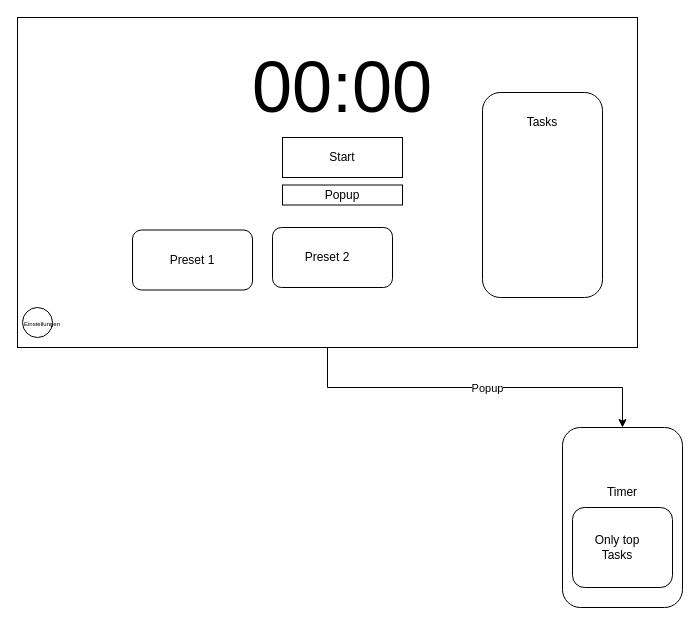
Above: docs/overview.drawio in moonlitmarigold/Promodorotimer (draw.io), before the change. Source tidied: cells renumbered, new cells numbered last; positions are measured from the earlier drawing's top-left corner, leaving out a move shared by most shapes. Both pictures are drawn from the tidied source at 100%, with x=0, y=0 at pixel (17, 17).
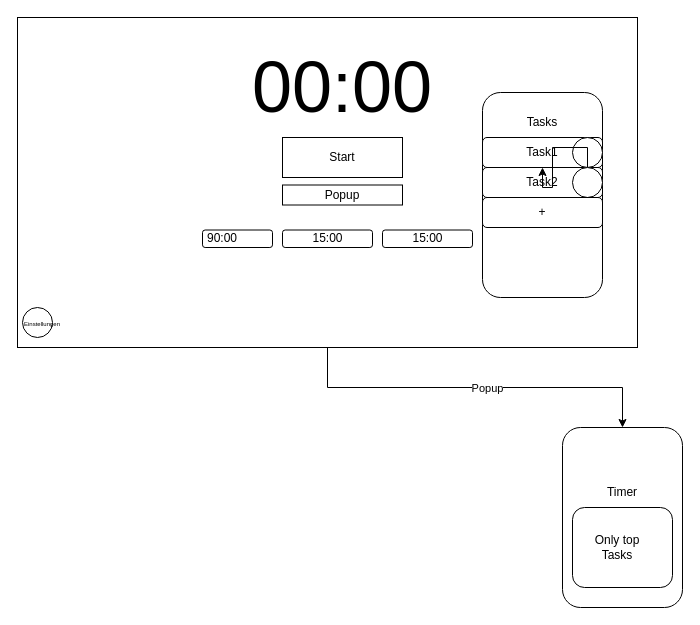
After the change.

Change to the diagram source:
```diff
@@
     <mxCell id="14" style="rounded=1;whiteSpace=wrap;html=1;" parent="1" vertex="1">
-      <mxGeometry x="115" y="212.5" width="120" height="60" as="geometry" />
+      <mxGeometry x="185" y="212.5" width="70" height="17.5" as="geometry" />
     </mxCell>
-    <mxCell id="15" value="Preset 1" style="text;html=1;strokeColor=none;fillColor=none;align=center;verticalAlign=middle;whiteSpace=wrap;rounded=0;" parent="1" vertex="1">
-      <mxGeometry x="145" y="227.5" width="60" height="30" as="geometry" />
+    <mxCell id="15" value="90:00" style="text;html=1;strokeColor=none;fillColor=none;align=center;verticalAlign=middle;whiteSpace=wrap;rounded=0;" parent="1" vertex="1">
+      <mxGeometry x="175" y="206.2" width="60" height="30" as="geometry" />
     </mxCell>
     <mxCell id="16" style="rounded=1;whiteSpace=wrap;html=1;" parent="1" vertex="1">
-      <mxGeometry x="255" y="210" width="120" height="60" as="geometry" />
+      <mxGeometry x="265" y="212.5" width="90" height="17.5" as="geometry" />
     </mxCell>
-    <mxCell id="17" value="Preset 2" style="text;html=1;strokeColor=none;fillColor=none;align=center;verticalAlign=middle;whiteSpace=wrap;rounded=0;" parent="1" vertex="1">
-      <mxGeometry x="280" y="225" width="60" height="30" as="geometry" />
+    <mxCell id="17" value="15:00" style="text;html=1;strokeColor=none;fillColor=none;align=center;verticalAlign=middle;whiteSpace=wrap;rounded=0;" parent="1" vertex="1">
+      <mxGeometry x="283" y="206.2" width="55" height="30" as="geometry" />
     </mxCell>
@@
+    <mxCell id="20" value="Task1" style="rounded=1;whiteSpace=wrap;html=1;" parent="1" vertex="1">
+      <mxGeometry x="465" y="120" width="120" height="30" as="geometry" />
+    </mxCell>
+    <mxCell id="21" value="Task2" style="rounded=1;whiteSpace=wrap;html=1;" parent="1" vertex="1">
+      <mxGeometry x="465" y="150" width="120" height="30" as="geometry" />
+    </mxCell>
+    <mxCell id="22" style="ellipse;whiteSpace=wrap;html=1;" parent="1" vertex="1">
+      <mxGeometry x="555" y="120" width="30" height="30" as="geometry" />
+    </mxCell>
+    <mxCell id="23" style="edgeStyle=orthogonalEdgeStyle;rounded=0;jettySize=auto;html=1;" parent="1" edge="1" source="24" target="20">
+      <mxGeometry relative="1" as="geometry" />
+    </mxCell>
+    <mxCell id="24" style="ellipse;whiteSpace=wrap;html=1;" parent="1" vertex="1">
+      <mxGeometry x="555" y="150" width="30" height="30" as="geometry" />
+    </mxCell>
+    <mxCell id="25" value="+" style="rounded=1;whiteSpace=wrap;html=1;" parent="1" vertex="1">
+      <mxGeometry x="465" y="180" width="120" height="30" as="geometry" />
+    </mxCell>
+    <mxCell id="26" style="rounded=1;whiteSpace=wrap;html=1;" parent="1" vertex="1">
+      <mxGeometry x="365" y="212.5" width="90" height="17.5" as="geometry" />
+    </mxCell>
+    <mxCell id="27" value="15:00" style="text;html=1;strokeColor=none;fillColor=none;align=center;verticalAlign=middle;whiteSpace=wrap;rounded=0;" parent="1" vertex="1">
+      <mxGeometry x="383" y="206.2" width="55" height="30" as="geometry" />
+    </mxCell>
```
